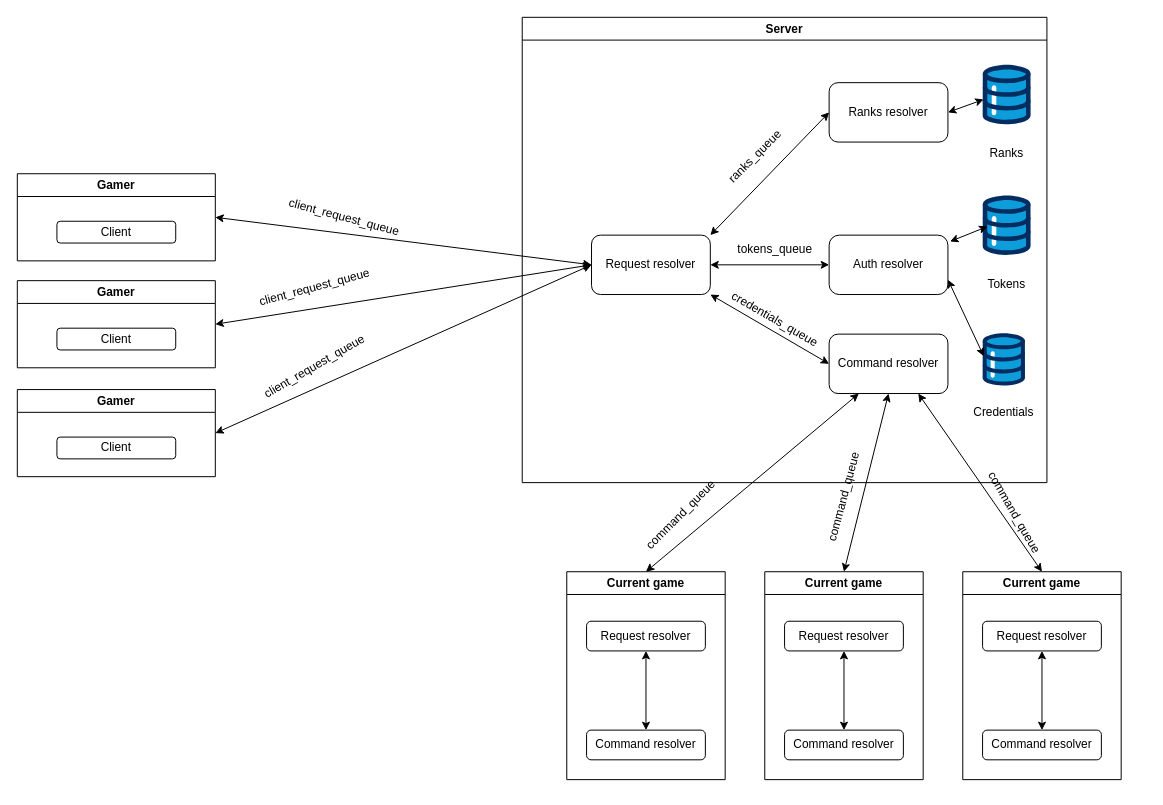
The draw.io diagram Микросервисная архитектура.drawio in Ar-b-ra/Otus_HW_10, before the edit. Source tidied: cells renumbered, new cells numbered last; positions are measured from the earlier drawing's top-left corner, leaving out a move shared by most shapes. Both pictures are drawn from the tidied source at 99%, with x=0, y=0 at pixel (17, 17).
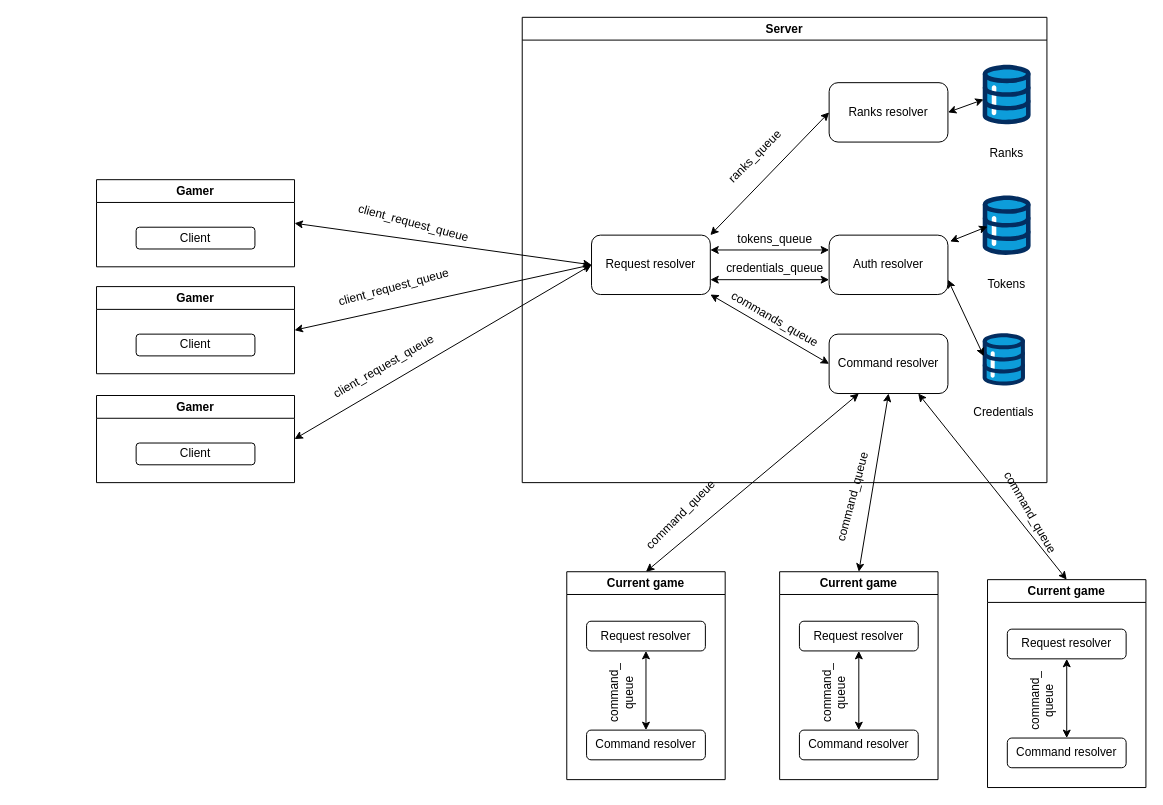
Above is the later version.

Commit message:
Доработана схема взаимодействия Добавлено описание к схеме

The change refers to these unchanged cells:
```xml
<mxCell id="2" value="Server" style="swimlane;whiteSpace=wrap;html=1;" parent="1" vertex="1">
  <mxGeometry x="510" width="530" height="470" as="geometry" />
</mxCell>
<mxCell id="7" value="Command resolver" style="rounded=1;whiteSpace=wrap;html=1;" parent="2" vertex="1">
  <mxGeometry x="310" y="320" width="120" height="60" as="geometry" />
</mxCell>
<mxCell id="8" value="Request resolver" style="rounded=1;whiteSpace=wrap;html=1;" parent="2" vertex="1">
  <mxGeometry x="70" y="220" width="120" height="60" as="geometry" />
</mxCell>
<mxCell id="9" value="Auth resolver" style="rounded=1;whiteSpace=wrap;html=1;arcSize=17;" parent="2" vertex="1">
  <mxGeometry x="310" y="220" width="120" height="60" as="geometry" />
</mxCell>
<mxCell id="19" value="Current game" style="swimlane;whiteSpace=wrap;html=1;" parent="1" vertex="1">
  <mxGeometry x="555" y="560" width="160" height="210" as="geometry" />
</mxCell>
```

What changed in the source:
```diff
@@
-    <mxCell id="10" style="endArrow=classic;startArrow=classic;html=1;rounded=0;entryX=0;entryY=0.5;entryDx=0;entryDy=0;exitX=1;exitY=0.5;exitDx=0;exitDy=0;" parent="2" edge="1" source="8" target="9">
+    <mxCell id="10" style="endArrow=classic;startArrow=classic;html=1;rounded=0;entryX=0;entryY=0.25;entryDx=0;entryDy=0;exitX=1;exitY=0.25;exitDx=0;exitDy=0;" parent="2" edge="1" source="8" target="9">
       <mxGeometry relative="1" as="geometry" />
     </mxCell>
@@
     <mxCell id="17" value="tokens_queue" style="text;html=1;align=center;verticalAlign=middle;strokeColor=none;fillColor=none;rotation=0;" parent="2" vertex="1">
-      <mxGeometry x="205" y="220" width="100" height="30" as="geometry" />
+      <mxGeometry x="205" y="209" width="100" height="30" as="geometry" />
     </mxCell>
-    <mxCell id="18" value="credentials_queue" style="text;html=1;align=center;verticalAlign=middle;strokeColor=none;fillColor=none;rotation=30;" parent="2" vertex="1">
+    <mxCell id="18" value="commands_queue" style="text;html=1;align=center;verticalAlign=middle;strokeColor=none;fillColor=none;rotation=30;" parent="2" vertex="1">
       <mxGeometry x="195" y="290" width="120" height="30" as="geometry" />
     </mxCell>
+    <mxCell id="49" style="endArrow=classic;startArrow=classic;html=1;rounded=0;exitX=1;exitY=0.75;exitDx=0;exitDy=0;entryX=0;entryY=0.75;entryDx=0;entryDy=0;" parent="2" edge="1" source="8" target="9">
+      <mxGeometry relative="1" as="geometry" />
+    </mxCell>
+    <mxCell id="50" value="credentials_queue" style="text;html=1;align=center;verticalAlign=middle;strokeColor=none;fillColor=none;rotation=0;" parent="2" vertex="1">
+      <mxGeometry x="195" y="239" width="120" height="30" as="geometry" />
+    </mxCell>
@@
+    <mxCell id="51" value="command_&lt;br&gt;queue" style="text;html=1;align=center;verticalAlign=middle;strokeColor=none;fillColor=none;rotation=-90;" parent="19" vertex="1">
+      <mxGeometry x="15" y="103" width="80" height="40" as="geometry" />
+    </mxCell>
@@
-    <mxCell id="24" style="endArrow=classic;startArrow=classic;html=1;rounded=0;entryX=0.5;entryY=1;entryDx=0;entryDy=0;exitX=0.5;exitY=0;exitDx=0;exitDy=0;" parent="1" edge="1" source="29" target="7">
+    <mxCell id="24" style="endArrow=classic;startArrow=classic;html=1;rounded=0;entryX=0.5;entryY=1;entryDx=0;entryDy=0;exitX=0.5;exitY=0;exitDx=0;exitDy=0;" parent="1" edge="1" source="52" target="7">
       <mxGeometry relative="1" as="geometry" />
     </mxCell>
-    <mxCell id="25" style="endArrow=classic;startArrow=classic;html=1;rounded=0;entryX=0.75;entryY=1;entryDx=0;entryDy=0;exitX=0.5;exitY=0;exitDx=0;exitDy=0;" parent="1" edge="1" source="33" target="7">
+    <mxCell id="25" style="endArrow=classic;startArrow=classic;html=1;rounded=0;entryX=0.75;entryY=1;entryDx=0;entryDy=0;exitX=0.5;exitY=0;exitDx=0;exitDy=0;" parent="1" edge="1" source="57" target="7">
       <mxGeometry relative="1" as="geometry" />
     </mxCell>
     <mxCell id="26" value="Gamer" style="swimlane;whiteSpace=wrap;html=1;" parent="1" vertex="1">
-      <mxGeometry y="158" width="200" height="88" as="geometry" />
+      <mxGeometry x="80" y="164" width="200" height="88" as="geometry" />
     </mxCell>
@@
-    <mxCell id="29" value="Current game" style="swimlane;whiteSpace=wrap;html=1;" parent="1" vertex="1">
-      <mxGeometry x="755" y="560" width="160" height="210" as="geometry" />
-    </mxCell>
-    <mxCell id="30" value="Command resolver" style="rounded=1;whiteSpace=wrap;html=1;" parent="29" vertex="1">
-      <mxGeometry x="20" y="160" width="120" height="30" as="geometry" />
-    </mxCell>
-    <mxCell id="31" value="Request resolver" style="rounded=1;whiteSpace=wrap;html=1;" parent="29" vertex="1">
-      <mxGeometry x="20" y="50" width="120" height="30" as="geometry" />
-    </mxCell>
-    <mxCell id="32" style="endArrow=classic;startArrow=classic;html=1;rounded=0;exitX=0.5;exitY=0;exitDx=0;exitDy=0;entryX=0.5;entryY=1;entryDx=0;entryDy=0;" parent="29" edge="1" source="30" target="31">
-      <mxGeometry relative="1" as="geometry" />
-    </mxCell>
-    <mxCell id="33" value="Current game" style="swimlane;whiteSpace=wrap;html=1;" parent="1" vertex="1">
-      <mxGeometry x="955" y="560" width="160" height="210" as="geometry" />
-    </mxCell>
-    <mxCell id="34" value="Command resolver" style="rounded=1;whiteSpace=wrap;html=1;" parent="33" vertex="1">
-      <mxGeometry x="20" y="160" width="120" height="30" as="geometry" />
-    </mxCell>
-    <mxCell id="35" value="Request resolver" style="rounded=1;whiteSpace=wrap;html=1;" parent="33" vertex="1">
-      <mxGeometry x="20" y="50" width="120" height="30" as="geometry" />
-    </mxCell>
-    <mxCell id="36" style="endArrow=classic;startArrow=classic;html=1;rounded=0;exitX=0.5;exitY=0;exitDx=0;exitDy=0;entryX=0.5;entryY=1;entryDx=0;entryDy=0;" parent="33" edge="1" source="34" target="35">
-      <mxGeometry relative="1" as="geometry" />
-    </mxCell>
     <mxCell id="37" value="Gamer" style="swimlane;whiteSpace=wrap;html=1;" parent="1" vertex="1">
-      <mxGeometry y="266" width="200" height="88" as="geometry" />
+      <mxGeometry x="80" y="272" width="200" height="88" as="geometry" />
     </mxCell>
@@
     <mxCell id="39" value="Gamer" style="swimlane;whiteSpace=wrap;html=1;" parent="1" vertex="1">
-      <mxGeometry y="376" width="200" height="88" as="geometry" />
+      <mxGeometry x="80" y="382" width="200" height="88" as="geometry" />
     </mxCell>
@@
     <mxCell id="43" value="client_request_queue" style="text;html=1;align=center;verticalAlign=middle;strokeColor=none;fillColor=none;rotation=15;" parent="1" vertex="1">
-      <mxGeometry x="260" y="187" width="140" height="30" as="geometry" />
+      <mxGeometry x="330" y="193" width="140" height="30" as="geometry" />
     </mxCell>
     <mxCell id="44" value="client_request_queue" style="text;html=1;align=center;verticalAlign=middle;strokeColor=none;fillColor=none;rotation=-15;" parent="1" vertex="1">
-      <mxGeometry x="230" y="258" width="140" height="30" as="geometry" />
+      <mxGeometry x="310" y="258" width="140" height="30" as="geometry" />
     </mxCell>
     <mxCell id="45" value="client_request_queue" style="text;html=1;align=center;verticalAlign=middle;strokeColor=none;fillColor=none;rotation=-30;" parent="1" vertex="1">
-      <mxGeometry x="230" y="338" width="140" height="30" as="geometry" />
+      <mxGeometry x="300" y="338" width="140" height="30" as="geometry" />
     </mxCell>
@@
     <mxCell id="47" value="command_queue" style="text;html=1;align=center;verticalAlign=middle;strokeColor=none;fillColor=none;rotation=-75;" parent="1" vertex="1">
-      <mxGeometry x="775" y="470" width="120" height="30" as="geometry" />
+      <mxGeometry x="784" y="470" width="120" height="30" as="geometry" />
     </mxCell>
     <mxCell id="48" value="command_queue" style="text;html=1;align=center;verticalAlign=middle;strokeColor=none;fillColor=none;rotation=60;" parent="1" vertex="1">
-      <mxGeometry x="947" y="485" width="120" height="30" as="geometry" />
+      <mxGeometry x="963" y="485" width="120" height="30" as="geometry" />
     </mxCell>
+    <mxCell id="52" value="Current game" style="swimlane;whiteSpace=wrap;html=1;" parent="1" vertex="1">
+      <mxGeometry x="770" y="560" width="160" height="210" as="geometry" />
+    </mxCell>
+    <mxCell id="53" value="Command resolver" style="rounded=1;whiteSpace=wrap;html=1;" parent="52" vertex="1">
+      <mxGeometry x="20" y="160" width="120" height="30" as="geometry" />
+    </mxCell>
+    <mxCell id="54" value="Request resolver" style="rounded=1;whiteSpace=wrap;html=1;" parent="52" vertex="1">
+      <mxGeometry x="20" y="50" width="120" height="30" as="geometry" />
+    </mxCell>
+    <mxCell id="55" style="endArrow=classic;startArrow=classic;html=1;rounded=0;exitX=0.5;exitY=0;exitDx=0;exitDy=0;entryX=0.5;entryY=1;entryDx=0;entryDy=0;" parent="52" edge="1" source="53" target="54">
+      <mxGeometry relative="1" as="geometry" />
+    </mxCell>
+    <mxCell id="56" value="command_&lt;br&gt;queue" style="text;html=1;align=center;verticalAlign=middle;strokeColor=none;fillColor=none;rotation=-90;" parent="52" vertex="1">
+      <mxGeometry x="15" y="103" width="80" height="40" as="geometry" />
+    </mxCell>
+    <mxCell id="57" value="Current game" style="swimlane;whiteSpace=wrap;html=1;" parent="1" vertex="1">
+      <mxGeometry x="980" y="568" width="160" height="210" as="geometry" />
+    </mxCell>
+    <mxCell id="58" value="Command resolver" style="rounded=1;whiteSpace=wrap;html=1;" parent="57" vertex="1">
+      <mxGeometry x="20" y="160" width="120" height="30" as="geometry" />
+    </mxCell>
+    <mxCell id="59" value="Request resolver" style="rounded=1;whiteSpace=wrap;html=1;" parent="57" vertex="1">
+      <mxGeometry x="20" y="50" width="120" height="30" as="geometry" />
+    </mxCell>
+    <mxCell id="60" style="endArrow=classic;startArrow=classic;html=1;rounded=0;exitX=0.5;exitY=0;exitDx=0;exitDy=0;entryX=0.5;entryY=1;entryDx=0;entryDy=0;" parent="57" edge="1" source="58" target="59">
+      <mxGeometry relative="1" as="geometry" />
+    </mxCell>
+    <mxCell id="61" value="command_&lt;br&gt;queue" style="text;html=1;align=center;verticalAlign=middle;strokeColor=none;fillColor=none;rotation=-90;" parent="57" vertex="1">
+      <mxGeometry x="15" y="103" width="80" height="40" as="geometry" />
+    </mxCell>
```
